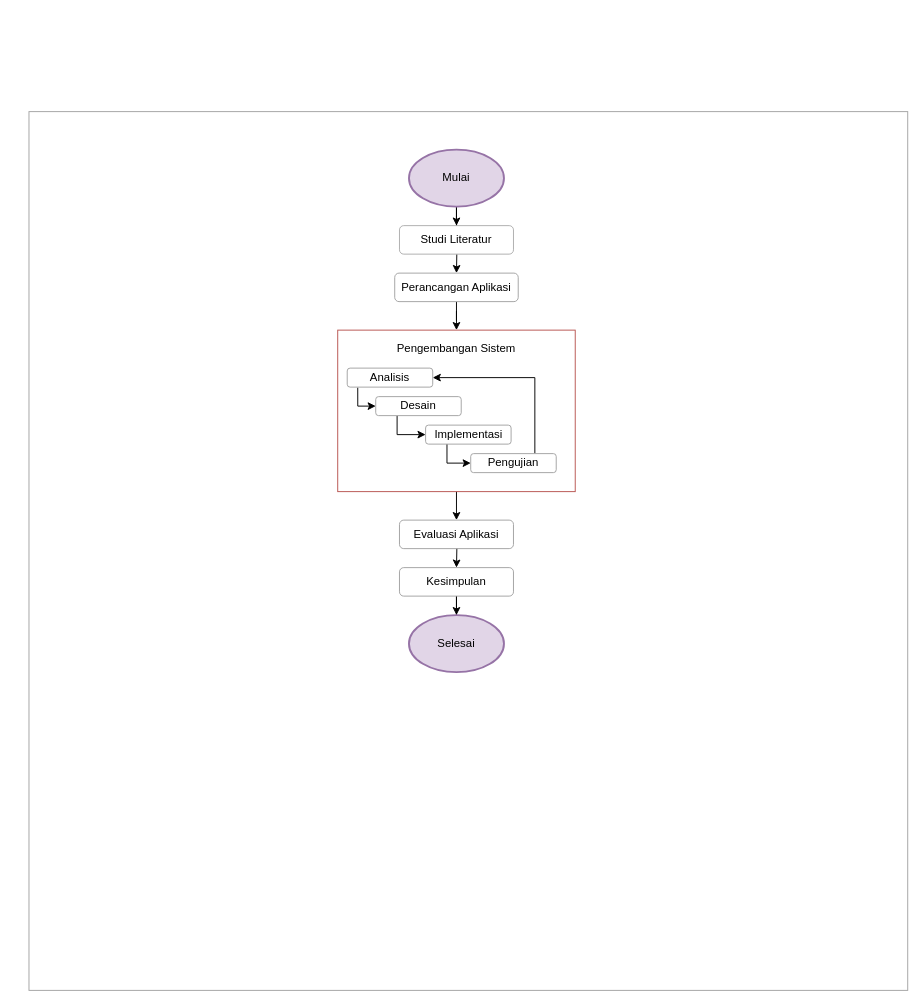
The draw.io diagram page "Page-1" (1 of 4) of Flowchart penelitian.drawio in matakridha/Teori_WEB, before the edit. Source tidied: cells renumbered, new cells numbered last; positions are measured from the earlier drawing's top-left corner, leaving out a move shared by most shapes. Both pictures are drawn from the tidied source at 95%, with x=0, y=0 at pixel (28, 111).
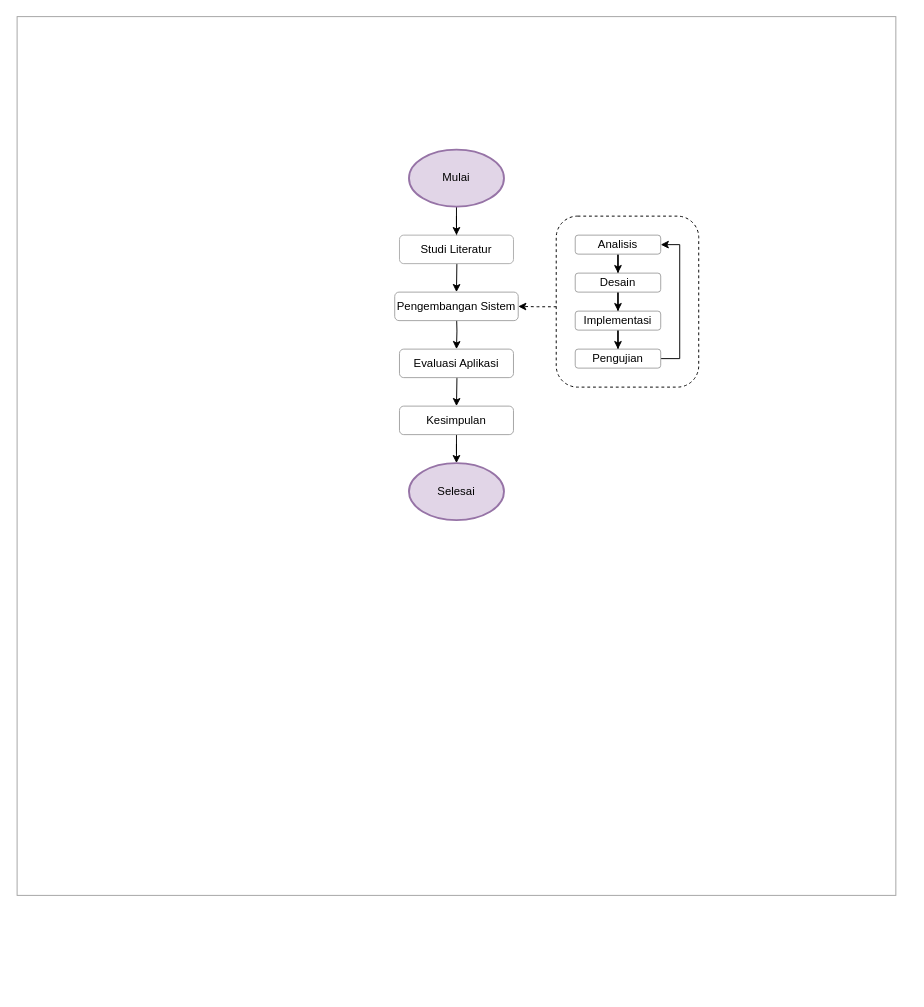
After the change.

Change to the diagram source:
```diff
@@
     <mxCell id="2" style="whiteSpace=wrap;html=1;strokeColor=#A3A3A3;fillColor=default;" parent="1" vertex="1">
-      <mxGeometry width="925" height="925" as="geometry" />
+      <mxGeometry x="-12.5" y="-100" width="925" height="925" as="geometry" />
     </mxCell>
+    <mxCell id="25" style="edgeStyle=orthogonalEdgeStyle;rounded=0;jettySize=auto;html=1;entryX=1;entryY=0.5;entryDx=0;entryDy=0;exitX=0.002;exitY=0.53;exitDx=0;exitDy=0;exitPerimeter=0;dashed=1;" parent="1" edge="1" source="26" target="13">
+      <mxGeometry relative="1" as="geometry" />
+    </mxCell>
+    <mxCell id="26" style="rounded=1;whiteSpace=wrap;html=1;dashed=1;" parent="1" vertex="1">
+      <mxGeometry x="555" y="110" width="150" height="180" as="geometry" />
+    </mxCell>
@@
-    <mxCell id="5" style="edgeStyle=orthogonalEdgeStyle;rounded=0;jettySize=auto;html=1;" parent="1" edge="1" target="8">
+    <mxCell id="5" style="edgeStyle=orthogonalEdgeStyle;rounded=0;jettySize=auto;html=1;" parent="1" edge="1" target="13">
       <mxGeometry relative="1" as="geometry">
-        <mxPoint x="450" y="110" as="sourcePoint" />
+        <mxPoint x="450" y="120" as="sourcePoint" />
       </mxGeometry>
     </mxCell>
     <mxCell id="6" value="Studi Literatur" style="rounded=1;whiteSpace=wrap;html=1;strokeColor=#ADADAD;" parent="1" vertex="1">
-      <mxGeometry x="390" y="120" width="120" height="30" as="geometry" />
+      <mxGeometry x="390" y="130" width="120" height="30" as="geometry" />
     </mxCell>
-    <mxCell id="7" style="edgeStyle=orthogonalEdgeStyle;rounded=0;jettySize=auto;html=1;" parent="1" edge="1" source="8" target="10">
-      <mxGeometry relative="1" as="geometry" />
-    </mxCell>
-    <mxCell id="8" value="Perancangan Aplikasi" style="rounded=1;whiteSpace=wrap;html=1;strokeColor=#A3A3A3;" parent="1" vertex="1">
-      <mxGeometry x="385" y="170" width="130" height="30" as="geometry" />
-    </mxCell>
-    <mxCell id="9" style="edgeStyle=orthogonalEdgeStyle;rounded=0;orthogonalLoop=1;jettySize=auto;html=1;entryX=0.5;entryY=0;entryDx=0;entryDy=0;" parent="1" edge="1">
-      <mxGeometry relative="1" as="geometry">
-        <mxPoint x="450" y="360" as="sourcePoint" />
-        <mxPoint x="450" y="430" as="targetPoint" />
-      </mxGeometry>
-    </mxCell>
-    <mxCell id="10" style="rounded=0;whiteSpace=wrap;html=1;fillColor=default;strokeColor=#b85450;" parent="1" vertex="1">
-      <mxGeometry x="325" y="230" width="250" height="170" as="geometry" />
-    </mxCell>
-    <mxCell id="11" style="edgeStyle=orthogonalEdgeStyle;rounded=0;jettySize=auto;html=1;exitX=0.123;exitY=1.029;exitDx=0;exitDy=0;entryX=0;entryY=0.5;entryDx=0;entryDy=0;exitPerimeter=0;" parent="1" edge="1" source="12" target="20">
-      <mxGeometry relative="1" as="geometry">
-        <Array as="points">
-          <mxPoint x="346" y="310" />
-        </Array>
-      </mxGeometry>
+    <mxCell id="11" style="edgeStyle=orthogonalEdgeStyle;rounded=0;jettySize=auto;html=1;entryX=0.5;entryY=0;entryDx=0;entryDy=0;" parent="1" edge="1" source="12" target="20">
+      <mxGeometry relative="1" as="geometry" />
     </mxCell>
     <mxCell id="12" value="Analisis" style="rounded=1;whiteSpace=wrap;html=1;strokeColor=#A3A3A3;" parent="1" vertex="1">
-      <mxGeometry x="335" y="270" width="90" height="20" as="geometry" />
+      <mxGeometry x="575" y="130" width="90" height="20" as="geometry" />
     </mxCell>
-    <mxCell id="13" value="Pengembangan Sistem" style="text;html=1;strokeColor=none;fillColor=none;align=center;verticalAlign=middle;whiteSpace=wrap;rounded=0;" parent="1" vertex="1">
-      <mxGeometry x="380" y="240" width="140" height="20" as="geometry" />
-    </mxCell>
     <mxCell id="14" style="edgeStyle=orthogonalEdgeStyle;rounded=0;jettySize=auto;html=1;entryX=0.5;entryY=0;entryDx=0;entryDy=0;" parent="1" edge="1" target="17">
       <mxGeometry relative="1" as="geometry">
-        <mxPoint x="450" y="430" as="sourcePoint" />
+        <mxPoint x="450" y="250" as="sourcePoint" />
       </mxGeometry>
     </mxCell>
     <mxCell id="15" value="Evaluasi Aplikasi" style="rounded=1;whiteSpace=wrap;html=1;strokeColor=#A3A3A3;" parent="1" vertex="1">
-      <mxGeometry x="390" y="430" width="120" height="30" as="geometry" />
+      <mxGeometry x="390" y="250" width="120" height="30" as="geometry" />
     </mxCell>
@@
     <mxCell id="17" value="Kesimpulan" style="rounded=1;whiteSpace=wrap;html=1;strokeColor=#A3A3A3;" parent="1" vertex="1">
-      <mxGeometry x="390" y="480" width="120" height="30" as="geometry" />
+      <mxGeometry x="390" y="310" width="120" height="30" as="geometry" />
     </mxCell>
     <mxCell id="18" value="Selesai" style="strokeWidth=2;html=1;shape=mxgraph.flowchart.start_1;whiteSpace=wrap;fillColor=#e1d5e7;strokeColor=#9673a6;" parent="1" vertex="1">
-      <mxGeometry x="400" y="530" width="100" height="60" as="geometry" />
+      <mxGeometry x="400" y="370" width="100" height="60" as="geometry" />
     </mxCell>
-    <mxCell id="19" style="edgeStyle=orthogonalEdgeStyle;rounded=0;jettySize=auto;html=1;exitX=0.25;exitY=1;exitDx=0;exitDy=0;entryX=0;entryY=0.5;entryDx=0;entryDy=0;" parent="1" edge="1" source="20" target="22">
-      <mxGeometry relative="1" as="geometry">
-        <Array as="points">
-          <mxPoint x="388" y="340" />
-        </Array>
-      </mxGeometry>
+    <mxCell id="19" style="edgeStyle=orthogonalEdgeStyle;rounded=0;jettySize=auto;html=1;entryX=0.5;entryY=0;entryDx=0;entryDy=0;" parent="1" edge="1" source="20" target="22">
+      <mxGeometry relative="1" as="geometry" />
     </mxCell>
     <mxCell id="20" value="Desain" style="rounded=1;whiteSpace=wrap;html=1;strokeColor=#A3A3A3;" parent="1" vertex="1">
-      <mxGeometry x="365" y="300" width="90" height="20" as="geometry" />
+      <mxGeometry x="575" y="170" width="90" height="20" as="geometry" />
     </mxCell>
-    <mxCell id="21" style="edgeStyle=orthogonalEdgeStyle;rounded=0;jettySize=auto;html=1;exitX=0.25;exitY=1;exitDx=0;exitDy=0;entryX=0;entryY=0.5;entryDx=0;entryDy=0;" parent="1" edge="1" source="22" target="24">
-      <mxGeometry relative="1" as="geometry">
-        <Array as="points">
-          <mxPoint x="440" y="370" />
-        </Array>
-      </mxGeometry>
+    <mxCell id="21" style="edgeStyle=orthogonalEdgeStyle;rounded=0;jettySize=auto;html=1;entryX=0.5;entryY=0;entryDx=0;entryDy=0;" parent="1" edge="1" source="22" target="24">
+      <mxGeometry relative="1" as="geometry" />
     </mxCell>
     <mxCell id="22" value="Implementasi" style="rounded=1;whiteSpace=wrap;html=1;strokeColor=#A3A3A3;" parent="1" vertex="1">
-      <mxGeometry x="417.5" y="330" width="90" height="20" as="geometry" />
+      <mxGeometry x="575" y="210" width="90" height="20" as="geometry" />
     </mxCell>
-    <mxCell id="23" style="edgeStyle=orthogonalEdgeStyle;rounded=0;jettySize=auto;html=1;exitX=0.75;exitY=0;exitDx=0;exitDy=0;entryX=1;entryY=0.5;entryDx=0;entryDy=0;" parent="1" edge="1" source="24" target="12">
-      <mxGeometry relative="1" as="geometry" />
+    <mxCell id="23" style="edgeStyle=orthogonalEdgeStyle;rounded=0;jettySize=auto;html=1;entryX=1;entryY=0.5;entryDx=0;entryDy=0;" parent="1" edge="1" source="24" target="12">
+      <mxGeometry relative="1" as="geometry">
+        <Array as="points">
+          <mxPoint x="685" y="260" />
+          <mxPoint x="685" y="140" />
+        </Array>
+      </mxGeometry>
     </mxCell>
     <mxCell id="24" value="Pengujian" style="rounded=1;whiteSpace=wrap;html=1;strokeColor=#A3A3A3;" parent="1" vertex="1">
-      <mxGeometry x="465" y="360" width="90" height="20" as="geometry" />
+      <mxGeometry x="575" y="250" width="90" height="20" as="geometry" />
     </mxCell>
+    <mxCell id="27" style="edgeStyle=orthogonalEdgeStyle;rounded=0;jettySize=auto;html=1;" parent="1" edge="1" target="15">
+      <mxGeometry relative="1" as="geometry">
+        <mxPoint x="450" y="210" as="sourcePoint" />
+      </mxGeometry>
+    </mxCell>
+    <mxCell id="13" value="Pengembangan Sistem" style="rounded=1;whiteSpace=wrap;html=1;strokeColor=#A3A3A3;" parent="1" vertex="1">
+      <mxGeometry x="385" y="190" width="130" height="30" as="geometry" />
+    </mxCell>
```
